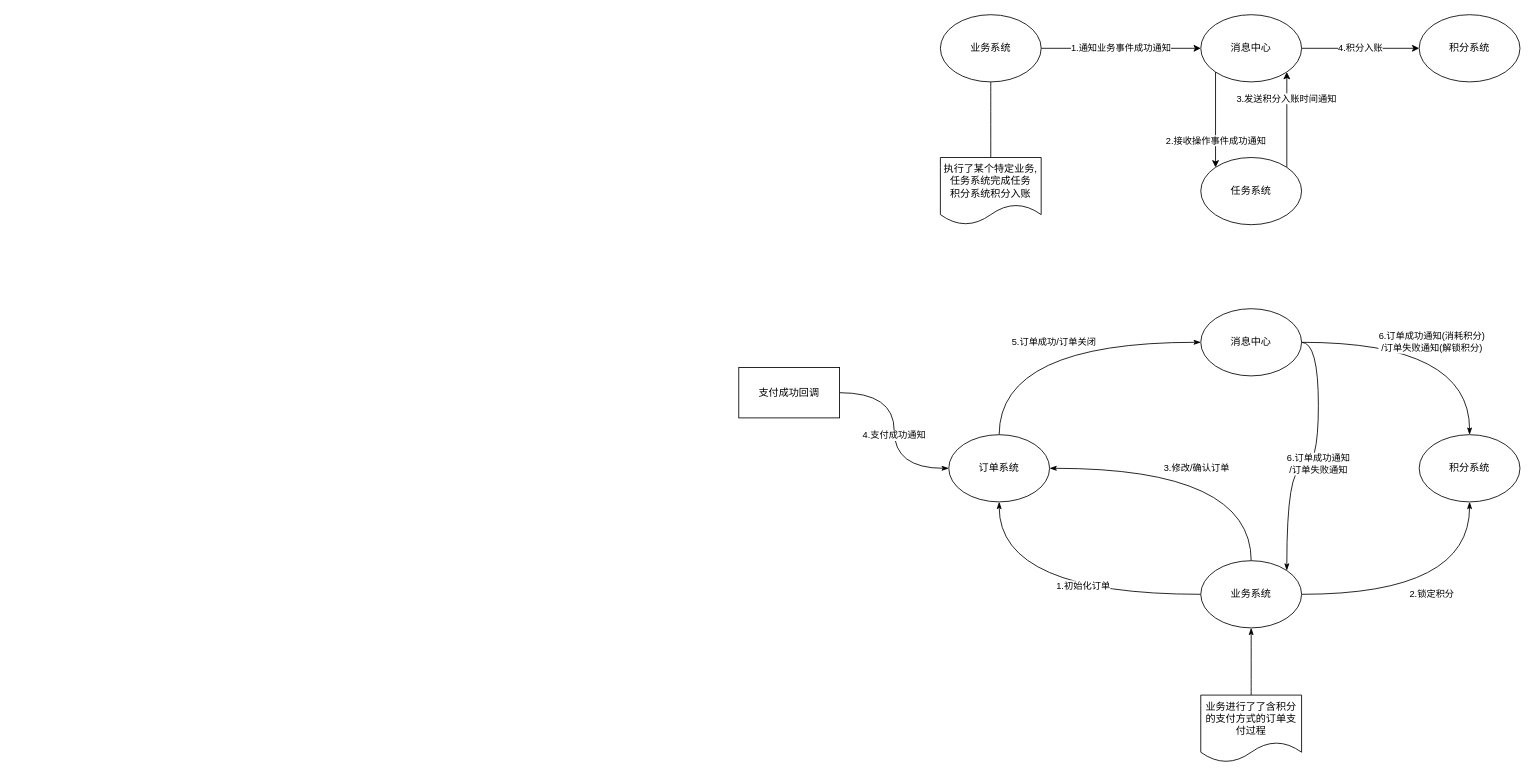
This is StudyDemo/src/积分商城.drawio from keyeze/StudyPlace, a draw.io file, before an edit. Source tidied: cells renumbered, new cells numbered last; positions are measured from the earlier drawing's top-left corner, leaving out a move shared by most shapes. Both pictures are drawn from the tidied source at 84%, with x=0, y=0 at pixel (738, 14).
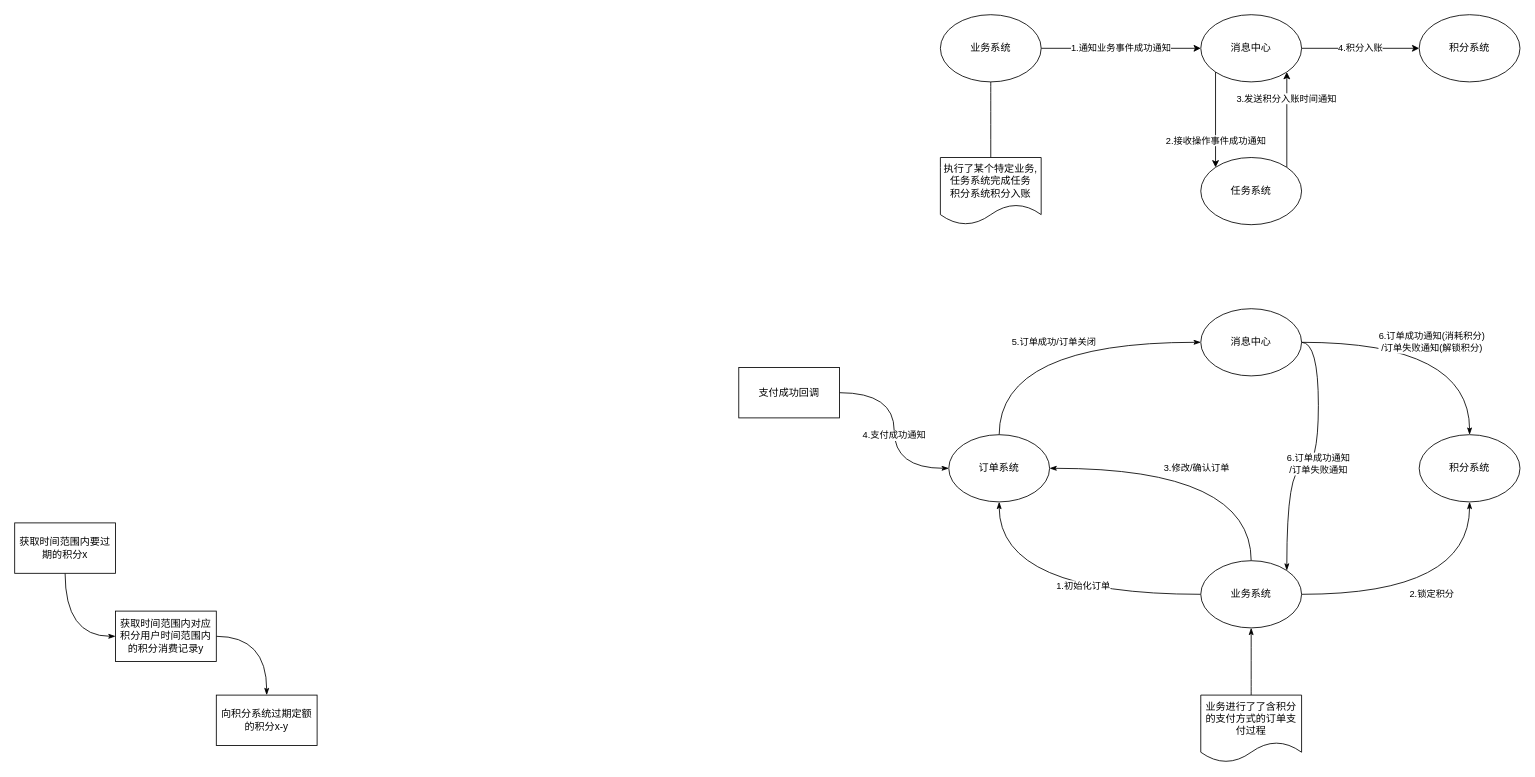
The same diagram, later.

Change to the diagram source:
```diff
@@
+    <mxCell id="26" style="edgeStyle=orthogonalEdgeStyle;curved=1;rounded=0;jettySize=auto;html=1;exitX=0.5;exitY=1;exitDx=0;exitDy=0;endArrow=classicThin;endFill=1;strokeColor=#000000;entryX=0;entryY=0.5;entryDx=0;entryDy=0;" parent="1" edge="1" source="27" target="29">
+      <mxGeometry relative="1" as="geometry" />
+    </mxCell>
+    <mxCell id="27" value="获取时间范围内要过期的积分x" style="rounded=0;whiteSpace=wrap;html=1;" parent="1" vertex="1">
+      <mxGeometry x="-862" y="605" width="120" height="60" as="geometry" />
+    </mxCell>
+    <mxCell id="28" style="edgeStyle=orthogonalEdgeStyle;curved=1;rounded=0;jettySize=auto;html=1;exitX=1;exitY=0.5;exitDx=0;exitDy=0;entryX=0.5;entryY=0;entryDx=0;entryDy=0;endArrow=classicThin;endFill=1;strokeColor=#000000;" parent="1" edge="1" source="29" target="30">
+      <mxGeometry relative="1" as="geometry" />
+    </mxCell>
+    <mxCell id="29" value="获取时间范围内对应积分用户时间范围内的积分消费记录y" style="rounded=0;whiteSpace=wrap;html=1;" parent="1" vertex="1">
+      <mxGeometry x="-742" y="710" width="120" height="60" as="geometry" />
+    </mxCell>
+    <mxCell id="30" value="向积分系统过期定额的积分x-y" style="rounded=0;whiteSpace=wrap;html=1;" parent="1" vertex="1">
+      <mxGeometry x="-622" y="810" width="120" height="60" as="geometry" />
+    </mxCell>
```
